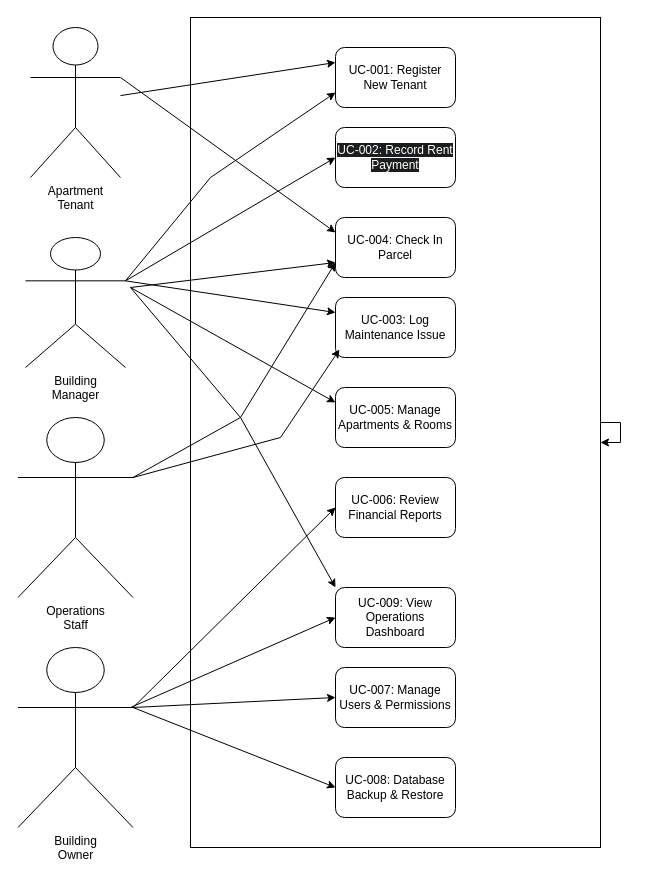
The draw.io diagram documentation/SWE/UseCaseDiagram/UseCaseDiagram.drawio in Medo-SM/ApartmentManagementSystem, before the edit. Source tidied: cells renumbered, new cells numbered last; positions are measured from the earlier drawing's top-left corner, leaving out a move shared by most shapes. Both pictures are drawn from the tidied source at 100%, with x=0, y=0 at pixel (18, 17).
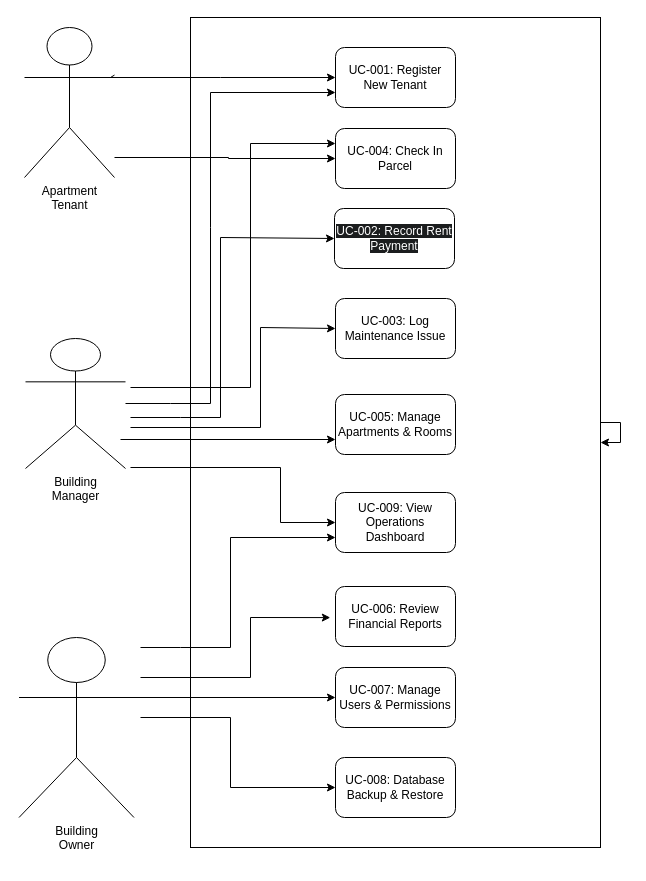
After the change.

Commit message (it also covers changes not shown here):
docs: fix the formatting of the diagrams

The change refers to these unchanged cells:
```xml
<mxCell id="6" value="UC-001: Register New Tenant" style="rounded=1;whiteSpace=wrap;html=1;" parent="1" vertex="1">
  <mxGeometry x="317" y="30" width="120" height="60" as="geometry" />
</mxCell>
<mxCell id="21" value="UC-008: Database Backup &amp;amp; Restore" style="rounded=1;whiteSpace=wrap;html=1;" parent="1" vertex="1">
  <mxGeometry x="317" y="740" width="120" height="60" as="geometry" />
</mxCell>
```

What changed in the source:
```diff
@@
+    <mxCell id="5" style="rounded=0;whiteSpace=wrap;html=1;" parent="1" vertex="1">
+      <mxGeometry x="172" width="410" height="830" as="geometry" />
+    </mxCell>
     <mxCell id="2" value="&lt;span style=&quot;text-wrap-mode: wrap;&quot;&gt;Apartment Tenant&lt;/span&gt;" style="shape=umlActor;verticalLabelPosition=bottom;verticalAlign=top;html=1;outlineConnect=0;" parent="1" vertex="1">
-      <mxGeometry x="12" y="10" width="90" height="150" as="geometry" />
+      <mxGeometry x="6" y="10" width="90" height="150" as="geometry" />
     </mxCell>
     <mxCell id="3" value="&lt;span style=&quot;text-wrap-mode: wrap;&quot;&gt;Building Manager&lt;/span&gt;" style="shape=umlActor;verticalLabelPosition=bottom;verticalAlign=top;html=1;outlineConnect=0;" parent="1" vertex="1">
-      <mxGeometry x="7" y="220" width="100" height="130" as="geometry" />
+      <mxGeometry x="7" y="321" width="100" height="130" as="geometry" />
     </mxCell>
-    <mxCell id="4" value="&lt;span style=&quot;text-wrap-mode: wrap;&quot;&gt;Operations Staff&lt;/span&gt;" style="shape=umlActor;verticalLabelPosition=bottom;verticalAlign=top;html=1;outlineConnect=0;" parent="1" vertex="1">
-      <mxGeometry x="-0.5" y="400" width="115" height="180" as="geometry" />
-    </mxCell>
-    <mxCell id="5" style="rounded=0;whiteSpace=wrap;html=1;" parent="1" vertex="1">
-      <mxGeometry x="172" width="410" height="830" as="geometry" />
-    </mxCell>
@@
     <mxCell id="7" value="&lt;span style=&quot;color: rgb(255, 255, 255); font-family: Helvetica; font-size: 12px; font-style: normal; font-variant-ligatures: normal; font-variant-caps: normal; font-weight: 400; letter-spacing: normal; orphans: 2; text-align: center; text-indent: 0px; text-transform: none; widows: 2; word-spacing: 0px; -webkit-text-stroke-width: 0px; white-space: normal; background-color: rgb(27, 29, 30); text-decoration-thickness: initial; text-decoration-style: initial; text-decoration-color: initial; display: inline !important; float: none;&quot;&gt;UC-002: Record Rent Payment&lt;/span&gt;" style="rounded=1;whiteSpace=wrap;html=1;" parent="1" vertex="1">
-      <mxGeometry x="317" y="110" width="120" height="60" as="geometry" />
+      <mxGeometry x="316" y="191" width="120" height="60" as="geometry" />
     </mxCell>
     <mxCell id="8" value="UC-004: Check In Parcel" style="rounded=1;whiteSpace=wrap;html=1;" parent="1" vertex="1">
-      <mxGeometry x="317" y="200" width="120" height="60" as="geometry" />
+      <mxGeometry x="317" y="111" width="120" height="60" as="geometry" />
     </mxCell>
     <mxCell id="9" value="UC-003: Log Maintenance Issue" style="rounded=1;whiteSpace=wrap;html=1;" parent="1" vertex="1">
-      <mxGeometry x="317" y="280" width="120" height="60" as="geometry" />
+      <mxGeometry x="317" y="281" width="120" height="60" as="geometry" />
     </mxCell>
     <mxCell id="10" value="UC-005: Manage Apartments &amp;amp; Rooms" style="rounded=1;whiteSpace=wrap;html=1;" parent="1" vertex="1">
-      <mxGeometry x="317" y="370" width="120" height="60" as="geometry" />
+      <mxGeometry x="317" y="377" width="120" height="60" as="geometry" />
     </mxCell>
     <mxCell id="11" value="UC-006: Review Financial Reports" style="rounded=1;whiteSpace=wrap;html=1;" parent="1" vertex="1">
-      <mxGeometry x="317" y="460" width="120" height="60" as="geometry" />
+      <mxGeometry x="317" y="569" width="120" height="60" as="geometry" />
     </mxCell>
     <mxCell id="12" value="UC-009: View Operations Dashboard" style="rounded=1;whiteSpace=wrap;html=1;" parent="1" vertex="1">
-      <mxGeometry x="317" y="570" width="120" height="60" as="geometry" />
+      <mxGeometry x="317" y="475" width="120" height="60" as="geometry" />
     </mxCell>
-    <mxCell id="13" style="endArrow=classic;html=1;rounded=0;entryX=0;entryY=0.75;entryDx=0;entryDy=0;exitX=1;exitY=0.3333333333333333;exitDx=0;exitDy=0;exitPerimeter=0;" parent="1" edge="1" source="3" target="6">
-      <mxGeometry relative="1" as="geometry">
-        <Array as="points">
-          <mxPoint x="192" y="160" />
-        </Array>
-      </mxGeometry>
-    </mxCell>
-    <mxCell id="14" style="endArrow=classic;html=1;rounded=0;entryX=0;entryY=0.75;entryDx=0;entryDy=0;exitX=1;exitY=0.3333333333333333;exitDx=0;exitDy=0;exitPerimeter=0;" parent="1" edge="1" source="4" target="8">
-      <mxGeometry relative="1" as="geometry">
-        <Array as="points">
-          <mxPoint x="222" y="400" />
-        </Array>
-      </mxGeometry>
-    </mxCell>
-    <mxCell id="15" style="endArrow=classic;html=1;rounded=0;entryX=0;entryY=0.25;entryDx=0;entryDy=0;" parent="1" edge="1" source="2" target="6">
-      <mxGeometry relative="1" as="geometry" />
-    </mxCell>
-    <mxCell id="16" style="endArrow=classic;html=1;rounded=0;entryX=0;entryY=0.25;entryDx=0;entryDy=0;exitX=1;exitY=0.3333333333333333;exitDx=0;exitDy=0;exitPerimeter=0;" parent="1" edge="1" source="2" target="8">
-      <mxGeometry relative="1" as="geometry" />
-    </mxCell>
-    <mxCell id="17" style="endArrow=classic;html=1;rounded=0;entryX=0;entryY=0.25;entryDx=0;entryDy=0;exitX=1;exitY=0.3333333333333333;exitDx=0;exitDy=0;exitPerimeter=0;" parent="1" edge="1" source="3" target="9">
-      <mxGeometry relative="1" as="geometry" />
-    </mxCell>
-    <mxCell id="18" style="endArrow=classic;html=1;rounded=0;entryX=0;entryY=0.25;entryDx=0;entryDy=0;" parent="1" edge="1" target="10">
-      <mxGeometry relative="1" as="geometry">
-        <mxPoint x="112" y="270" as="sourcePoint" />
-      </mxGeometry>
-    </mxCell>
-    <mxCell id="19" style="endArrow=classic;html=1;rounded=0;entryX=0.033;entryY=0.867;entryDx=0;entryDy=0;exitX=1;exitY=0.3333333333333333;exitDx=0;exitDy=0;exitPerimeter=0;entryPerimeter=0;" parent="1" edge="1" source="4" target="9">
-      <mxGeometry relative="1" as="geometry">
-        <Array as="points">
-          <mxPoint x="262" y="420" />
-        </Array>
-      </mxGeometry>
-    </mxCell>
@@
-    <mxCell id="23" style="endArrow=classic;html=1;rounded=0;entryX=0;entryY=0.5;entryDx=0;entryDy=0;exitX=1;exitY=0.3333333333333333;exitDx=0;exitDy=0;exitPerimeter=0;" parent="1" edge="1" source="3" target="7">
-      <mxGeometry relative="1" as="geometry" />
-    </mxCell>
-    <mxCell id="24" style="endArrow=classic;html=1;rounded=0;entryX=0;entryY=0.75;entryDx=0;entryDy=0;" parent="1" edge="1" target="8">
-      <mxGeometry relative="1" as="geometry">
-        <mxPoint x="112" y="270" as="sourcePoint" />
-      </mxGeometry>
-    </mxCell>
-    <mxCell id="25" style="endArrow=classic;html=1;rounded=0;entryX=0;entryY=0;entryDx=0;entryDy=0;" parent="1" edge="1" target="12">
-      <mxGeometry relative="1" as="geometry">
-        <mxPoint x="112" y="270" as="sourcePoint" />
-        <Array as="points">
-          <mxPoint x="222" y="400" />
-        </Array>
-      </mxGeometry>
-    </mxCell>
     <mxCell id="26" value="&lt;span style=&quot;text-wrap-mode: wrap;&quot;&gt;Building Owner&lt;/span&gt;" style="shape=umlActor;verticalLabelPosition=bottom;verticalAlign=top;html=1;outlineConnect=0;" parent="1" vertex="1">
-      <mxGeometry x="-0.5" y="630" width="115" height="180" as="geometry" />
+      <mxGeometry x="0.5" y="620" width="115" height="180" as="geometry" />
     </mxCell>
-    <mxCell id="27" style="endArrow=classic;html=1;rounded=0;entryX=0;entryY=0.5;entryDx=0;entryDy=0;exitX=1;exitY=0.3333333333333333;exitDx=0;exitDy=0;exitPerimeter=0;" parent="1" edge="1" source="26" target="11">
-      <mxGeometry relative="1" as="geometry" />
-    </mxCell>
-    <mxCell id="28" style="endArrow=classic;html=1;rounded=0;entryX=0;entryY=0.5;entryDx=0;entryDy=0;" parent="1" edge="1" target="12">
-      <mxGeometry relative="1" as="geometry">
-        <mxPoint x="112" y="690" as="sourcePoint" />
-      </mxGeometry>
-    </mxCell>
+    <mxCell id="16" style="edgeStyle=orthogonalEdgeStyle;rounded=0;jettySize=auto;html=1;entryX=0;entryY=0.5;entryDx=0;entryDy=0;" parent="1" edge="1" source="2" target="8">
+      <mxGeometry relative="1" as="geometry">
+        <Array as="points">
+          <mxPoint x="210" y="140" />
+        </Array>
+      </mxGeometry>
+    </mxCell>
+    <mxCell id="15" style="endArrow=classic;html=1;rounded=0;entryX=0;entryY=0.5;entryDx=0;entryDy=0;" parent="1" edge="1" source="2" target="6">
+      <mxGeometry relative="1" as="geometry">
+        <Array as="points">
+          <mxPoint x="92" y="60" />
+          <mxPoint x="202" y="60" />
+        </Array>
+      </mxGeometry>
+    </mxCell>
+    <mxCell id="31" style="endArrow=classic;html=1;rounded=0;entryX=0;entryY=0.25;entryDx=0;entryDy=0;" parent="1" edge="1" target="8">
+      <mxGeometry relative="1" as="geometry">
+        <mxPoint x="112" y="370" as="sourcePoint" />
+        <Array as="points">
+          <mxPoint x="232" y="370" />
+          <mxPoint x="232" y="126" />
+        </Array>
+      </mxGeometry>
+    </mxCell>
+    <mxCell id="13" style="endArrow=classic;html=1;rounded=0;entryX=0;entryY=0.75;entryDx=0;entryDy=0;" parent="1" edge="1" source="3" target="6">
+      <mxGeometry relative="1" as="geometry">
+        <Array as="points">
+          <mxPoint x="152" y="386" />
+          <mxPoint x="192" y="386" />
+          <mxPoint x="192" y="210" />
+          <mxPoint x="192" y="75" />
+        </Array>
+      </mxGeometry>
+    </mxCell>
+    <mxCell id="32" style="endArrow=classic;html=1;rounded=0;entryX=0;entryY=0.5;entryDx=0;entryDy=0;" parent="1" edge="1" target="7">
+      <mxGeometry relative="1" as="geometry">
+        <mxPoint x="112" y="400" as="sourcePoint" />
+        <Array as="points">
+          <mxPoint x="162" y="400" />
+          <mxPoint x="202" y="400" />
+          <mxPoint x="202" y="220" />
+        </Array>
+      </mxGeometry>
+    </mxCell>
+    <mxCell id="33" style="endArrow=classic;html=1;rounded=0;entryX=0;entryY=0.5;entryDx=0;entryDy=0;" parent="1" edge="1" target="9">
+      <mxGeometry relative="1" as="geometry">
+        <mxPoint x="112" y="410" as="sourcePoint" />
+        <Array as="points">
+          <mxPoint x="242" y="410" />
+          <mxPoint x="242" y="310" />
+        </Array>
+      </mxGeometry>
+    </mxCell>
+    <mxCell id="34" style="endArrow=classic;html=1;rounded=0;entryX=0;entryY=0.75;entryDx=0;entryDy=0;" parent="1" edge="1" target="10">
+      <mxGeometry relative="1" as="geometry">
+        <mxPoint x="102" y="422" as="sourcePoint" />
+      </mxGeometry>
+    </mxCell>
+    <mxCell id="35" style="endArrow=classic;html=1;rounded=0;entryX=0;entryY=0.5;entryDx=0;entryDy=0;" parent="1" edge="1" target="12">
+      <mxGeometry relative="1" as="geometry">
+        <mxPoint x="112" y="450" as="sourcePoint" />
+        <Array as="points">
+          <mxPoint x="262" y="450" />
+          <mxPoint x="262" y="505" />
+        </Array>
+      </mxGeometry>
+    </mxCell>
+    <mxCell id="36" style="endArrow=classic;html=1;rounded=0;entryX=0;entryY=0.75;entryDx=0;entryDy=0;" parent="1" edge="1" target="12">
+      <mxGeometry relative="1" as="geometry">
+        <mxPoint x="122" y="630" as="sourcePoint" />
+        <Array as="points">
+          <mxPoint x="162" y="630" />
+          <mxPoint x="212" y="630" />
+          <mxPoint x="212" y="520" />
+        </Array>
+      </mxGeometry>
+    </mxCell>
+    <mxCell id="37" style="endArrow=classic;html=1;rounded=0;entryX=0.341;entryY=0.723;entryDx=0;entryDy=0;entryPerimeter=0;" parent="1" edge="1" target="5">
+      <mxGeometry relative="1" as="geometry">
+        <mxPoint x="122" y="660" as="sourcePoint" />
+        <Array as="points">
+          <mxPoint x="232" y="660" />
+          <mxPoint x="232" y="600" />
+        </Array>
+      </mxGeometry>
+    </mxCell>
@@
-    <mxCell id="30" style="endArrow=classic;html=1;rounded=0;entryX=0;entryY=0.5;entryDx=0;entryDy=0;exitX=1;exitY=0.3333333333333333;exitDx=0;exitDy=0;exitPerimeter=0;" parent="1" edge="1" source="26" target="21">
-      <mxGeometry relative="1" as="geometry" />
-    </mxCell>
+    <mxCell id="38" style="endArrow=classic;html=1;rounded=0;entryX=0;entryY=0.5;entryDx=0;entryDy=0;" parent="1" edge="1" target="21">
+      <mxGeometry relative="1" as="geometry">
+        <mxPoint x="122" y="700" as="sourcePoint" />
+        <Array as="points">
+          <mxPoint x="212" y="700" />
+          <mxPoint x="212" y="770" />
+        </Array>
+      </mxGeometry>
+    </mxCell>
```
